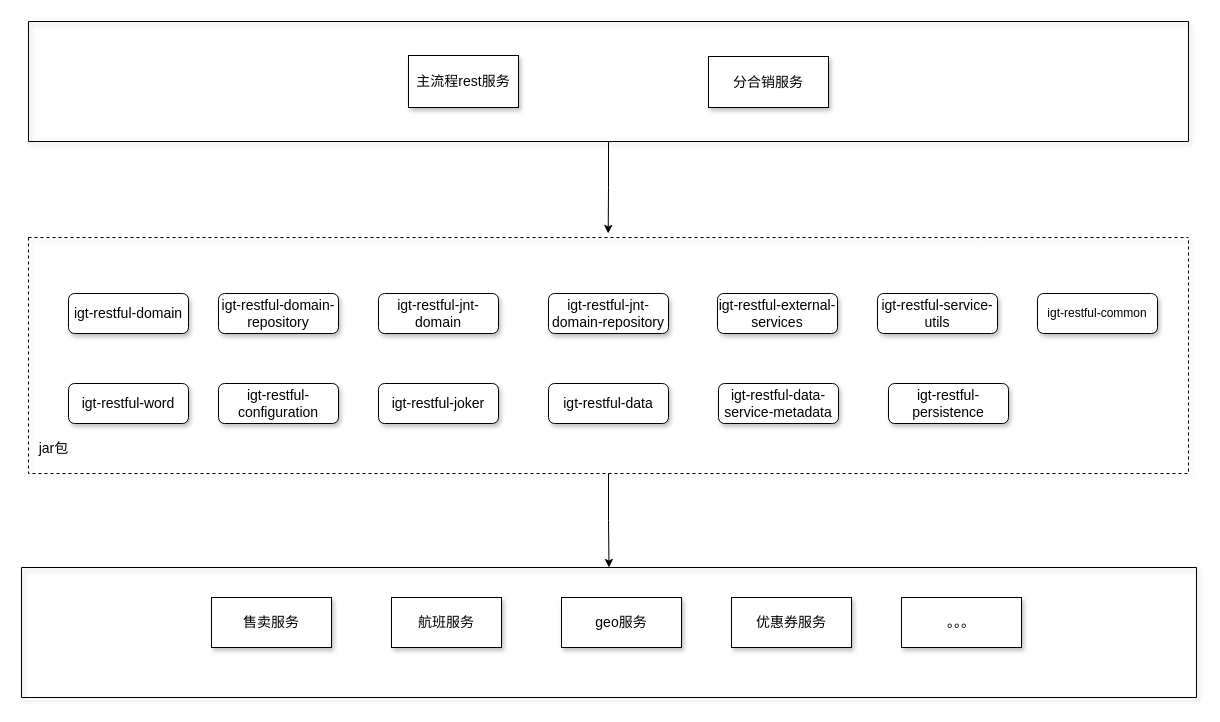
Above: 老订前rest系统架构.drawio in Veraxia/diagrams (draw.io), before the change. Source tidied: cells renumbered, new cells numbered last; positions are measured from the earlier drawing's top-left corner, leaving out a move shared by most shapes. Both pictures are drawn from the tidied source at 100%, with x=0, y=0 at pixel (21, 21).
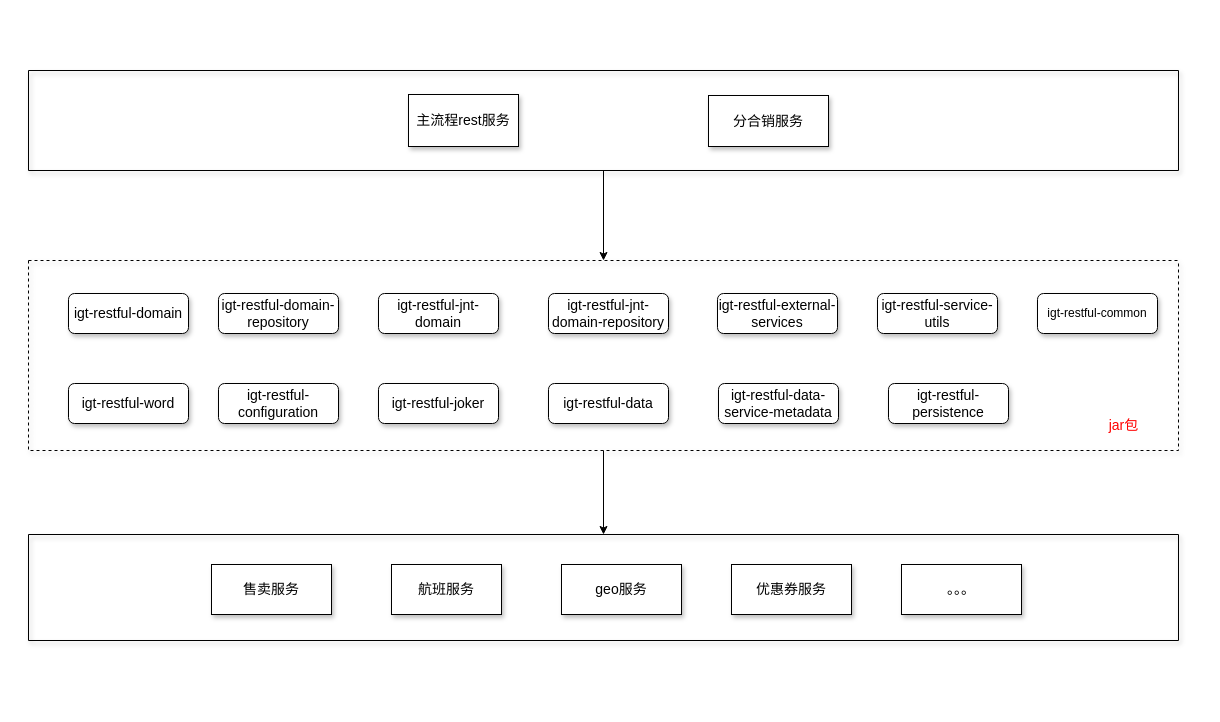
Above is the later version.

Commit message:
更新老订前rest系统架构.drawio

Diff of the diagram source:
```diff
@@
     <mxCell id="16" style="swimlane;startSize=0;shadow=1;fillColor=#FFFFFF;dashed=1;" parent="1" vertex="1">
-      <mxGeometry x="7" y="216" width="1160" height="236" as="geometry" />
+      <mxGeometry x="7" y="239" width="1150" height="190" as="geometry" />
     </mxCell>
-    <mxCell id="17" value="jar包" style="text;html=1;align=center;verticalAlign=middle;strokeColor=none;fillColor=none;fontSize=14;" parent="16" vertex="1">
-      <mxGeometry y="196" width="50" height="30" as="geometry" />
+    <mxCell id="17" value="jar包" style="text;html=1;align=center;verticalAlign=middle;strokeColor=none;fillColor=none;fontSize=14;fontColor=#FF0000;" parent="16" vertex="1">
+      <mxGeometry x="1070" y="150" width="50" height="30" as="geometry" />
     </mxCell>
-    <mxCell id="18" style="edgeStyle=orthogonalEdgeStyle;rounded=0;jettySize=auto;html=1;exitX=0.5;exitY=1;exitDx=0;exitDy=0;fontSize=14;" parent="1" edge="1" source="19">
-      <mxGeometry relative="1" as="geometry">
-        <mxPoint x="586.7" y="212" as="targetPoint" />
-      </mxGeometry>
+    <mxCell id="18" style="edgeStyle=orthogonalEdgeStyle;rounded=0;jettySize=auto;html=1;exitX=0.5;exitY=1;exitDx=0;exitDy=0;fontSize=14;entryX=0.5;entryY=0;entryDx=0;entryDy=0;" parent="1" edge="1" source="19" target="16">
+      <mxGeometry relative="1" as="geometry" />
     </mxCell>
     <mxCell id="19" style="swimlane;startSize=0;rounded=0;shadow=1;fillColor=#FFFFFF;" parent="1" vertex="1">
-      <mxGeometry x="7" width="1160" height="120" as="geometry" />
+      <mxGeometry x="7" y="49" width="1150" height="100" as="geometry" />
     </mxCell>
     <mxCell id="20" value="主流程rest服务" style="rounded=0;whiteSpace=wrap;html=1;shadow=1;fillColor=#FFFFFF;fontSize=14;" parent="19" vertex="1">
-      <mxGeometry x="380" y="34" width="110" height="52" as="geometry" />
+      <mxGeometry x="380" y="24" width="110" height="52" as="geometry" />
     </mxCell>
     <mxCell id="21" value="分合销服务" style="rounded=0;whiteSpace=wrap;html=1;shadow=1;fillColor=#FFFFFF;fontSize=14;" parent="19" vertex="1">
-      <mxGeometry x="680" y="35" width="120" height="51" as="geometry" />
+      <mxGeometry x="680" y="25" width="120" height="51" as="geometry" />
     </mxCell>
     <mxCell id="22" value="售卖服务" style="rounded=0;whiteSpace=wrap;html=1;shadow=1;fillColor=#FFFFFF;fontSize=14;" parent="1" vertex="1">
-      <mxGeometry x="190" y="576" width="120" height="50" as="geometry" />
+      <mxGeometry x="190" y="543" width="120" height="50" as="geometry" />
     </mxCell>
     <mxCell id="23" value="航班服务" style="rounded=0;whiteSpace=wrap;html=1;shadow=1;fillColor=#FFFFFF;fontSize=14;" parent="1" vertex="1">
-      <mxGeometry x="370" y="576" width="110" height="50" as="geometry" />
+      <mxGeometry x="370" y="543" width="110" height="50" as="geometry" />
     </mxCell>
     <mxCell id="24" value="geo服务" style="rounded=0;whiteSpace=wrap;html=1;shadow=1;fillColor=#FFFFFF;fontSize=14;" parent="1" vertex="1">
-      <mxGeometry x="540" y="576" width="120" height="50" as="geometry" />
+      <mxGeometry x="540" y="543" width="120" height="50" as="geometry" />
     </mxCell>
     <mxCell id="25" value="优惠券服务" style="rounded=0;whiteSpace=wrap;html=1;shadow=1;fillColor=#FFFFFF;fontSize=14;" parent="1" vertex="1">
-      <mxGeometry x="710" y="576" width="120" height="50" as="geometry" />
+      <mxGeometry x="710" y="543" width="120" height="50" as="geometry" />
     </mxCell>
     <mxCell id="26" value="。。。" style="rounded=0;whiteSpace=wrap;html=1;shadow=1;fillColor=#FFFFFF;fontSize=14;" parent="1" vertex="1">
-      <mxGeometry x="880" y="576" width="120" height="50" as="geometry" />
+      <mxGeometry x="880" y="543" width="120" height="50" as="geometry" />
     </mxCell>
     <mxCell id="27" style="swimlane;startSize=0;rounded=0;shadow=1;fontSize=14;fillColor=#FFFFFF;" parent="1" vertex="1">
-      <mxGeometry y="546" width="1175" height="130" as="geometry" />
+      <mxGeometry x="7" y="513" width="1150" height="106" as="geometry" />
     </mxCell>
```
